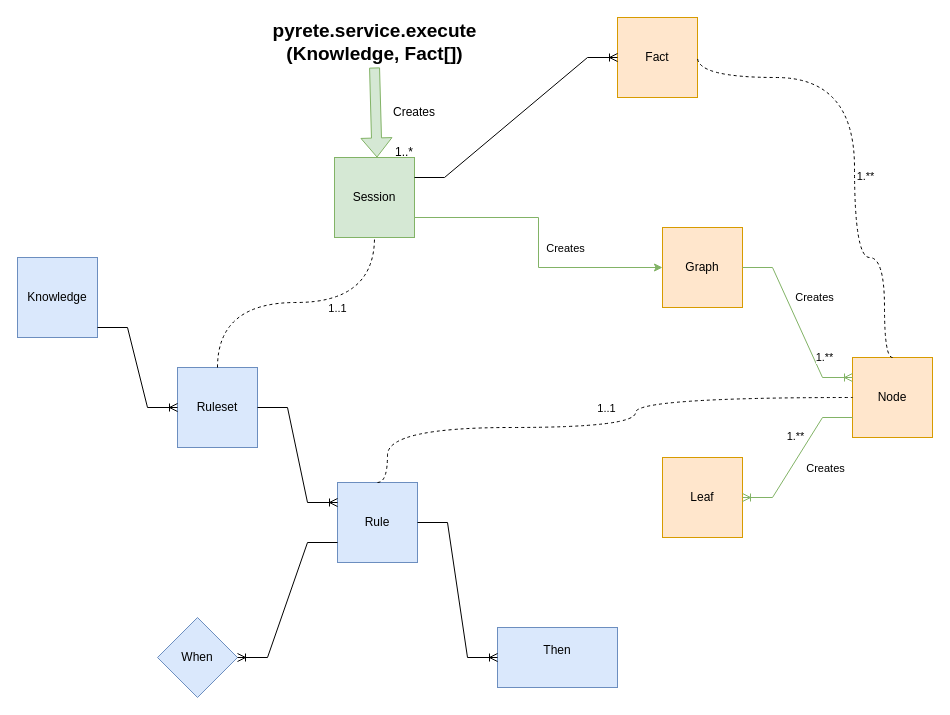
The draw.io diagram doc/Pyrete Entity Relationship.drawio in amitchatterjee/knowledgenet, before the edit. Source tidied: cells renumbered, new cells numbered last; positions are measured from the earlier drawing's top-left corner, leaving out a move shared by most shapes. Both pictures are drawn from the tidied source at 100%, with x=0, y=0 at pixel (17, 17).
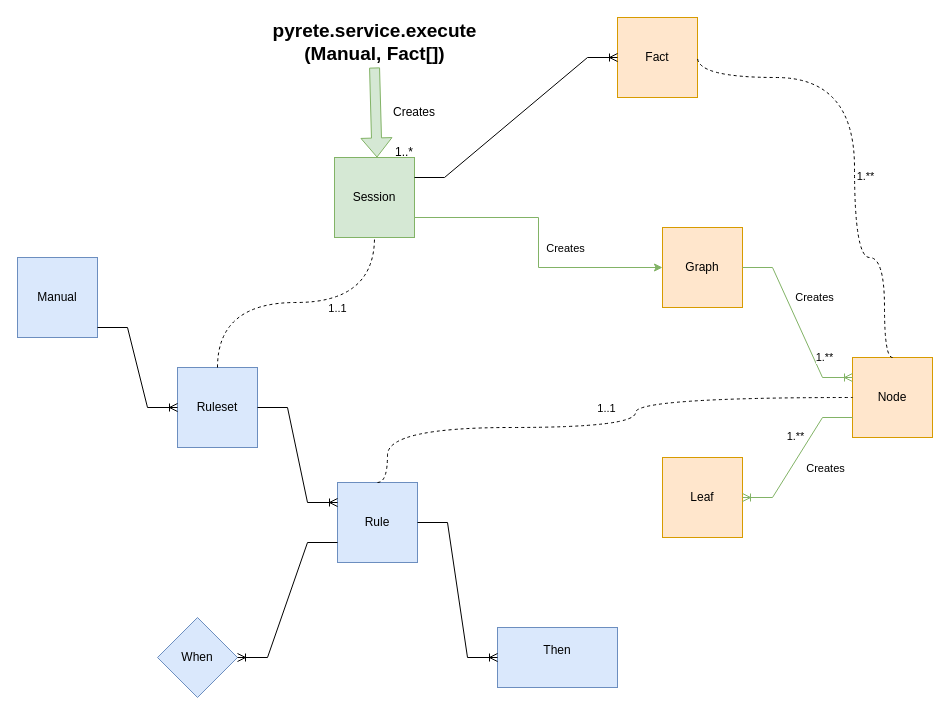
The same page after the edit.

Commit message (it also covers changes not shown here):
Changed Knowledge to Manual

What changed in the source:
```diff
@@
-    <mxCell id="2" value="Knowledge" style="whiteSpace=wrap;html=1;fillColor=#dae8fc;strokeColor=#6c8ebf;" parent="1" vertex="1">
+    <mxCell id="2" value="Manual" style="whiteSpace=wrap;html=1;fillColor=#dae8fc;strokeColor=#6c8ebf;" parent="1" vertex="1">
       <mxGeometry y="240" width="80" height="80" as="geometry" />
     </mxCell>
@@
-    <mxCell id="32" value="&lt;b&gt;&lt;font style=&quot;font-size: 19px;&quot;&gt;pyrete.service.execute (Knowledge, Fact[])&lt;/font&gt;&lt;/b&gt;" style="text;html=1;align=center;verticalAlign=middle;whiteSpace=wrap;rounded=0;" parent="1" vertex="1">
+    <mxCell id="32" value="&lt;b&gt;&lt;font style=&quot;font-size: 19px;&quot;&gt;pyrete.service.execute (Manual, Fact[])&lt;/font&gt;&lt;/b&gt;" style="text;html=1;align=center;verticalAlign=middle;whiteSpace=wrap;rounded=0;" parent="1" vertex="1">
       <mxGeometry x="268.8" width="176.5" height="50" as="geometry" />
     </mxCell>
```
